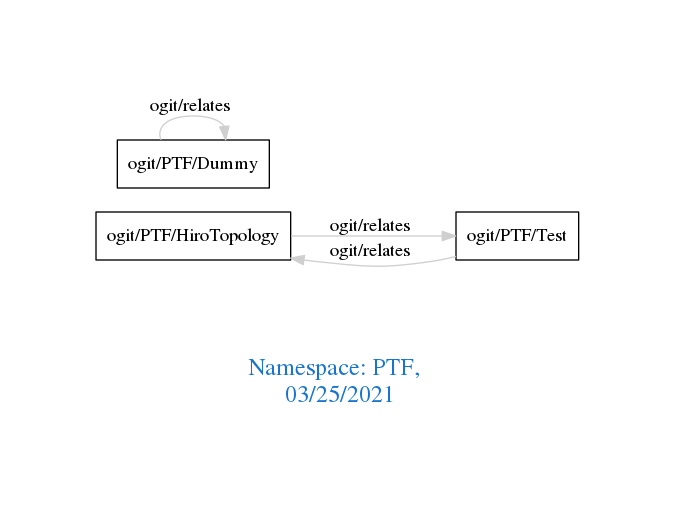
Before: downloads/PTF.png, a diagram exported from Graphviz (arago/OGIT). Its source is kept beside it as downloads/PTF.dot. Its diagram source:
```dot
digraph OGIT_ontology {
 graph [ rankdir= LR,pad=1
fontsize = 18,
fontcolor= dodgerblue3,label = "\n\n\nNamespace: PTF, \n 03/25/2021"];
node[shape=polygon];
edge [  color="gray81"];

   "ogit/PTF/HiroTopology" -> "ogit/PTF/Test" [label="   ogit/relates    "];
   "ogit/PTF/Test" -> "ogit/PTF/HiroTopology" [label="   ogit/relates    "];
   "ogit/PTF/Dummy" -> "ogit/PTF/Dummy" [label="   ogit/relates    "];
}
```
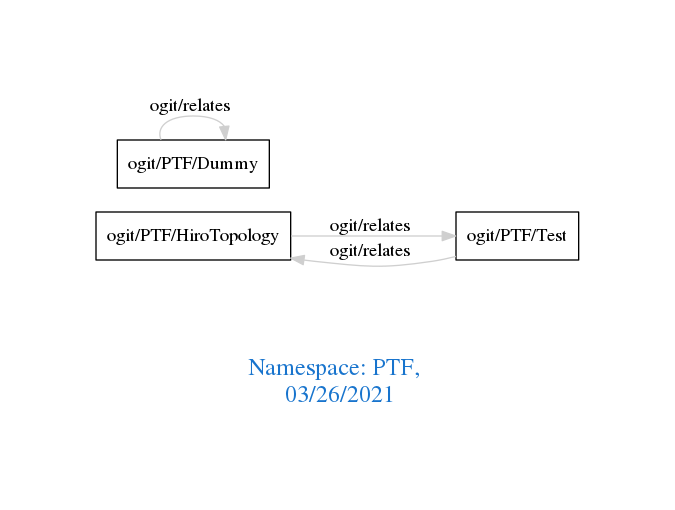
The same file after the commit.

Change to the diagram source:
```diff
@@ -1,7 +1,7 @@
 digraph OGIT_ontology {
  graph [ rankdir= LR,pad=1
 fontsize = 18,
-fontcolor= dodgerblue3,label = "\n\n\nNamespace: PTF, \n 03/25/2021"];
+fontcolor= dodgerblue3,label = "\n\n\nNamespace: PTF, \n 03/26/2021"];
 node[shape=polygon];
 edge [  color="gray81"];
 
```
